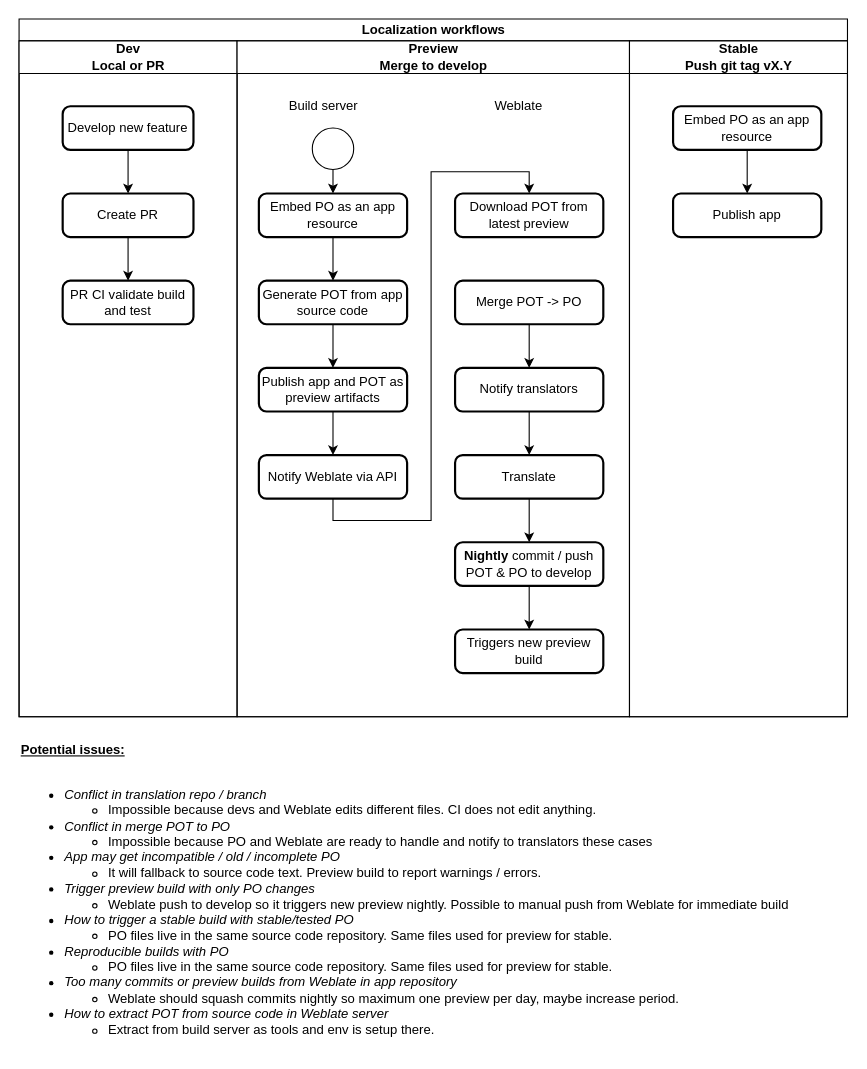
pleonex/PleOps.Cake keeps this draw.io diagram as docs/guides/spec/translation_workflow.drawio. Above is the earlier version. Source tidied: cells renumbered, new cells numbered last; positions are measured from the earlier drawing's top-left corner, leaving out a move shared by most shapes. Both pictures are drawn from the tidied source at 109%, with x=0, y=0 at pixel (19, 19).
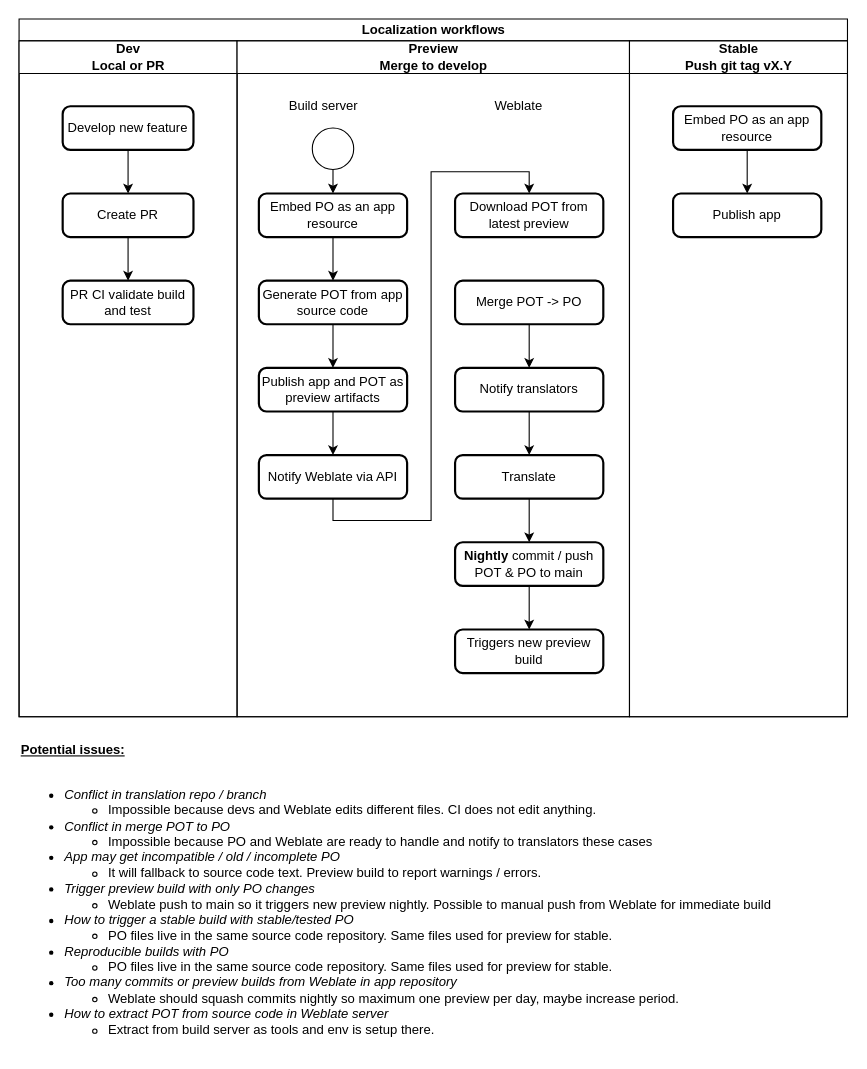
After the change.

Commit message (it also covers changes not shown here):
:sparkles: Migrate develop to standard main

The change refers to these unchanged cells:
```xml
<mxCell id="10" value="Preview&lt;br&gt;Merge to develop" style="swimlane;html=1;startSize=30;" parent="3" vertex="1">
  <mxGeometry x="200" y="20" width="360" height="620" as="geometry" />
</mxCell>
```

Change to the diagram source:
```diff
@@
-    <mxCell id="2" value="&lt;b&gt;&lt;u&gt;Potential issues:&lt;br&gt;&lt;br&gt;&lt;/u&gt;&lt;/b&gt;&lt;div&gt;&lt;ul&gt;&lt;li&gt;&lt;span&gt;&lt;i&gt;Conflict in translation repo / branch&lt;/i&gt;&lt;/span&gt;&lt;/li&gt;&lt;ul&gt;&lt;li&gt;&lt;span&gt;Impossible because devs and Weblate edits different files. CI does not edit anything.&lt;/span&gt;&lt;/li&gt;&lt;/ul&gt;&lt;li&gt;&lt;span&gt;&lt;i&gt;Conflict in merge POT to PO&lt;/i&gt;&lt;/span&gt;&lt;/li&gt;&lt;ul&gt;&lt;li&gt;&lt;span&gt;Impossible because PO and Weblate are ready to handle and notify to translators these cases&lt;/span&gt;&lt;/li&gt;&lt;/ul&gt;&lt;li&gt;&lt;span&gt;&lt;i&gt;App may get incompatible / old / incomplete PO&lt;/i&gt;&lt;/span&gt;&lt;/li&gt;&lt;ul&gt;&lt;li&gt;&lt;span&gt;It will fallback to source code text. Preview build to report warnings / errors.&lt;/span&gt;&lt;/li&gt;&lt;/ul&gt;&lt;li&gt;&lt;span&gt;&lt;i&gt;Trigger preview build with only PO changes&lt;/i&gt;&lt;/span&gt;&lt;/li&gt;&lt;ul&gt;&lt;li&gt;&lt;span&gt;Weblate push to develop so it triggers new preview nightly. Possible to manual push from Weblate for immediate build&lt;/span&gt;&lt;/li&gt;&lt;/ul&gt;&lt;li&gt;&lt;span&gt;&lt;i&gt;How to trigger a stable build with stable/tested PO&lt;/i&gt;&lt;/span&gt;&lt;/li&gt;&lt;ul&gt;&lt;li&gt;&lt;span&gt;PO files live in the same source code repository. Same files used for preview for stable.&lt;/span&gt;&lt;/li&gt;&lt;/ul&gt;&lt;li&gt;&lt;span&gt;&lt;i&gt;Reproducible builds with PO&lt;/i&gt;&lt;/span&gt;&lt;/li&gt;&lt;ul&gt;&lt;li&gt;PO files live in the same source code repository. Same files used for preview for stable.&lt;/li&gt;&lt;/ul&gt;&lt;li&gt;&lt;i&gt;&lt;span&gt;Too many commits or preview builds from Weblate in app repository&lt;/span&gt;&lt;br&gt;&lt;/i&gt;&lt;/li&gt;&lt;ul&gt;&lt;li&gt;&lt;span&gt;Weblate should squash commits nightly so maximum one preview per day, maybe increase period.&lt;/span&gt;&lt;/li&gt;&lt;/ul&gt;&lt;li&gt;&lt;i&gt;How to extract POT from source code in Weblate server&lt;/i&gt;&lt;/li&gt;&lt;ul&gt;&lt;li&gt;Extract from build server as tools and env is setup there.&lt;/li&gt;&lt;/ul&gt;&lt;/ul&gt;&lt;/div&gt;" style="text;html=1;align=left;verticalAlign=middle;" parent="1" vertex="1">
-      <mxGeometry y="665" width="720" height="280" as="geometry" />
+    <mxCell id="2" value="&lt;b&gt;&lt;u&gt;Potential issues:&lt;br&gt;&lt;br&gt;&lt;/u&gt;&lt;/b&gt;&lt;div&gt;&lt;ul&gt;&lt;li&gt;&lt;span&gt;&lt;i&gt;Conflict in translation repo / branch&lt;/i&gt;&lt;/span&gt;&lt;/li&gt;&lt;ul&gt;&lt;li&gt;&lt;span&gt;Impossible because devs and Weblate edits different files. CI does not edit anything.&lt;/span&gt;&lt;/li&gt;&lt;/ul&gt;&lt;li&gt;&lt;span&gt;&lt;i&gt;Conflict in merge POT to PO&lt;/i&gt;&lt;/span&gt;&lt;/li&gt;&lt;ul&gt;&lt;li&gt;&lt;span&gt;Impossible because PO and Weblate are ready to handle and notify to translators these cases&lt;/span&gt;&lt;/li&gt;&lt;/ul&gt;&lt;li&gt;&lt;span&gt;&lt;i&gt;App may get incompatible / old / incomplete PO&lt;/i&gt;&lt;/span&gt;&lt;/li&gt;&lt;ul&gt;&lt;li&gt;&lt;span&gt;It will fallback to source code text. Preview build to report warnings / errors.&lt;/span&gt;&lt;/li&gt;&lt;/ul&gt;&lt;li&gt;&lt;span&gt;&lt;i&gt;Trigger preview build with only PO changes&lt;/i&gt;&lt;/span&gt;&lt;/li&gt;&lt;ul&gt;&lt;li&gt;&lt;span&gt;Weblate push to main so it triggers new preview nightly. Possible to manual push from Weblate for immediate build&lt;/span&gt;&lt;/li&gt;&lt;/ul&gt;&lt;li&gt;&lt;span&gt;&lt;i&gt;How to trigger a stable build with stable/tested PO&lt;/i&gt;&lt;/span&gt;&lt;/li&gt;&lt;ul&gt;&lt;li&gt;&lt;span&gt;PO files live in the same source code repository. Same files used for preview for stable.&lt;/span&gt;&lt;/li&gt;&lt;/ul&gt;&lt;li&gt;&lt;span&gt;&lt;i&gt;Reproducible builds with PO&lt;/i&gt;&lt;/span&gt;&lt;/li&gt;&lt;ul&gt;&lt;li&gt;PO files live in the same source code repository. Same files used for preview for stable.&lt;/li&gt;&lt;/ul&gt;&lt;li&gt;&lt;i&gt;&lt;span&gt;Too many commits or preview builds from Weblate in app repository&lt;/span&gt;&lt;br&gt;&lt;/i&gt;&lt;/li&gt;&lt;ul&gt;&lt;li&gt;&lt;span&gt;Weblate should squash commits nightly so maximum one preview per day, maybe increase period.&lt;/span&gt;&lt;/li&gt;&lt;/ul&gt;&lt;li&gt;&lt;i&gt;How to extract POT from source code in Weblate server&lt;/i&gt;&lt;/li&gt;&lt;ul&gt;&lt;li&gt;Extract from build server as tools and env is setup there.&lt;/li&gt;&lt;/ul&gt;&lt;/ul&gt;&lt;/div&gt;" style="text;html=1;align=left;verticalAlign=middle;" parent="1" vertex="1">
+      <mxGeometry y="665" width="700" height="280" as="geometry" />
     </mxCell>
@@
-    <mxCell id="24" value="&lt;b&gt;Nightly&lt;/b&gt;&amp;nbsp;commit / push POT &amp;amp; PO to develop" style="rounded=1;whiteSpace=wrap;html=1;absoluteArcSize=1;arcSize=14;strokeWidth=2;" parent="10" vertex="1">
+    <mxCell id="24" value="&lt;b&gt;Nightly&lt;/b&gt;&amp;nbsp;commit / push POT &amp;amp; PO to main" style="rounded=1;whiteSpace=wrap;html=1;absoluteArcSize=1;arcSize=14;strokeWidth=2;" parent="10" vertex="1">
       <mxGeometry x="200" y="460" width="136" height="40" as="geometry" />
     </mxCell>
```
